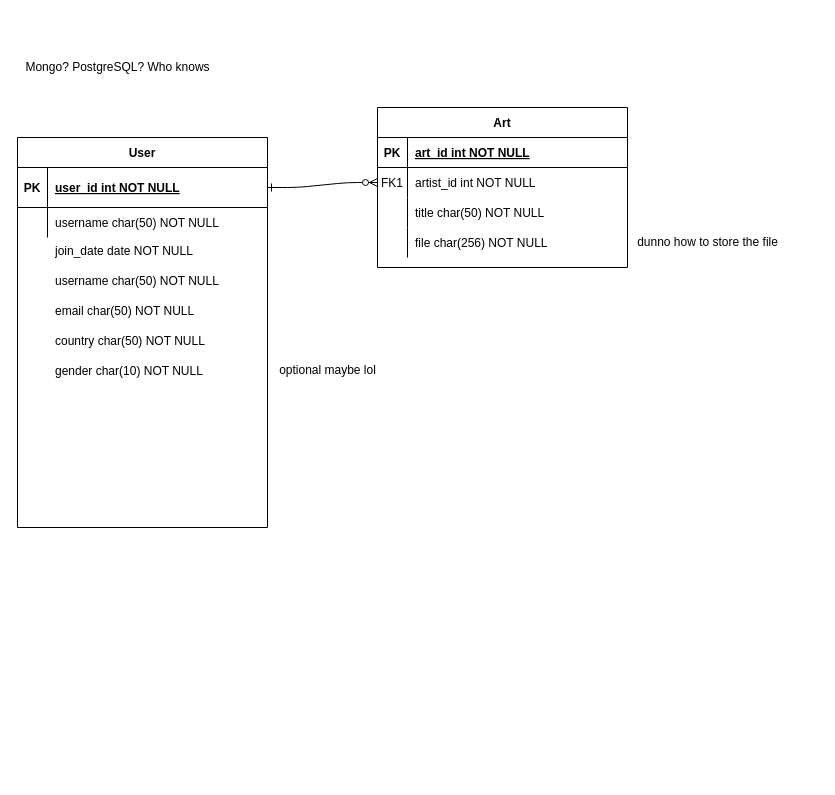
Earlier version of the draw.io diagram Untitled Diagram.drawio (luismzk/commission-website). Source tidied: cells renumbered, new cells numbered last; positions are measured from the earlier drawing's top-left corner, leaving out a move shared by most shapes. Both pictures are drawn from the tidied source at 100%, with x=0, y=0 at pixel (17, 57).
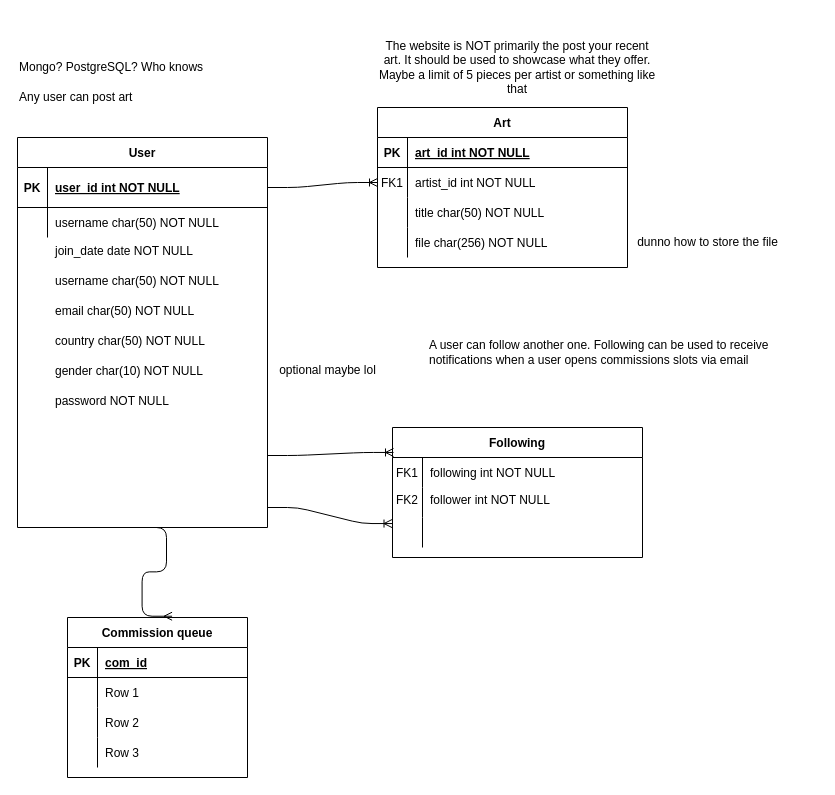
The same page after the edit.

Commit message:
Updating ER model, might be done

Unchanged cells that the change refers to:
```xml
<mxCell id="7" style="shape=partialRectangle;fillColor=none;points=[[0,0.5],[1,0.5]];portConstraint=eastwest;top=0;left=0;right=0;bottom=0;" parent="3" vertex="1">
  <mxGeometry y="60" width="250" height="30" as="geometry" />
</mxCell>
<mxCell id="17" style="shape=partialRectangle;fillColor=none;points=[[0,0.5],[1,0.5]];portConstraint=eastwest;top=0;left=0;right=0;bottom=1;" parent="16" vertex="1">
  <mxGeometry y="30" width="250" height="40" as="geometry" />
</mxCell>
```

Change to the diagram source:
```diff
@@
-    <mxCell id="2" style="edgeStyle=entityRelationEdgeStyle;endArrow=ERzeroToMany;startArrow=ERone;endFill=1;startFill=0;entryX=0;entryY=0.5;entryDx=0;entryDy=0;exitX=1;exitY=0.5;exitDx=0;exitDy=0;" parent="1" edge="1" source="17" target="7">
+    <mxCell id="2" style="edgeStyle=entityRelationEdgeStyle;endArrow=ERoneToMany;startArrow=none;endFill=0;startFill=0;entryX=0;entryY=0.5;entryDx=0;entryDy=0;exitX=1;exitY=0.5;exitDx=0;exitDy=0;" parent="1" edge="1" source="17" target="7">
       <mxGeometry relative="1" as="geometry" />
     </mxCell>
@@
-    <mxCell id="23" value="Mongo? PostgreSQL? Who knows" style="text;html=1;align=center;verticalAlign=middle;" parent="1" vertex="1">
+    <mxCell id="23" value="&lt;div align=&quot;left&quot;&gt;Mongo? PostgreSQL? Who knows&lt;/div&gt;" style="text;html=1;align=left;verticalAlign=middle;" parent="1" vertex="1">
       <mxGeometry width="200" height="20" as="geometry" />
     </mxCell>
@@
+    <mxCell id="33" value="&lt;div align=&quot;left&quot;&gt;Any user can post art&lt;/div&gt;" style="text;html=1;strokeColor=none;fillColor=none;align=left;verticalAlign=middle;whiteSpace=wrap;rounded=0;" parent="1" vertex="1">
+      <mxGeometry y="30" width="250" height="20" as="geometry" />
+    </mxCell>
+    <mxCell id="34" value="A user can follow another one. Following can be used to receive notifications when a user opens commissions slots via email" style="text;html=1;strokeColor=none;fillColor=none;align=left;verticalAlign=middle;whiteSpace=wrap;rounded=0;" parent="1" vertex="1">
+      <mxGeometry x="410" y="280" width="390" height="30" as="geometry" />
+    </mxCell>
+    <mxCell id="35" value="password NOT NULL" style="shape=partialRectangle;overflow=hidden;fillColor=none;top=0;left=0;bottom=0;right=0;align=left;spacingLeft=6;" parent="1" vertex="1">
+      <mxGeometry x="30" y="328" width="220" height="30" as="geometry" />
+    </mxCell>
+    <mxCell id="36" value="The website is NOT primarily the post your recent art. It should be used to showcase what they offer. Maybe a limit of 5 pieces per artist or something like that" style="text;html=1;strokeColor=none;fillColor=none;align=center;verticalAlign=middle;whiteSpace=wrap;rounded=0;" parent="1" vertex="1">
+      <mxGeometry x="360" y="-40" width="280" height="100" as="geometry" />
+    </mxCell>
+    <mxCell id="37" value="Following" style="shape=table;startSize=30;childLayout=tableLayout;rowLines=0;fontStyle=1;align=center;" parent="1" vertex="1">
+      <mxGeometry x="375" y="370" width="250" height="130" as="geometry" />
+    </mxCell>
+    <mxCell id="38" style="shape=partialRectangle;fillColor=none;top=0;left=0;right=0;bottom=0;" parent="37" vertex="1">
+      <mxGeometry y="30" width="250" height="30" as="geometry" />
+    </mxCell>
+    <mxCell id="39" value="FK1" style="shape=partialRectangle;overflow=hidden;fillColor=none;top=0;left=0;bottom=0;right=0;" parent="38" vertex="1">
+      <mxGeometry width="30" height="30" as="geometry" />
+    </mxCell>
+    <mxCell id="40" value="following int NOT NULL" style="shape=partialRectangle;overflow=hidden;fillColor=none;top=0;left=0;bottom=0;right=0;align=left;spacingLeft=6;" parent="38" vertex="1">
+      <mxGeometry x="30" width="220" height="30" as="geometry" />
+    </mxCell>
+    <mxCell id="41" style="shape=partialRectangle;fillColor=none;top=0;left=0;right=0;bottom=0;" parent="37" vertex="1">
+      <mxGeometry y="60" width="250" height="30" as="geometry" />
+    </mxCell>
+    <mxCell id="42" style="shape=partialRectangle;overflow=hidden;fillColor=none;top=0;left=0;bottom=0;right=0;" parent="41" vertex="1">
+      <mxGeometry width="30" height="30" as="geometry" />
+    </mxCell>
+    <mxCell id="43" style="shape=partialRectangle;overflow=hidden;fillColor=none;top=0;left=0;bottom=0;right=0;align=left;spacingLeft=6;" parent="41" vertex="1">
+      <mxGeometry x="30" width="220" height="30" as="geometry" />
+    </mxCell>
+    <mxCell id="44" style="shape=partialRectangle;fillColor=none;points=[[0,0.5],[1,0.5]];portConstraint=eastwest;top=0;left=0;right=0;bottom=0;" parent="37" vertex="1">
+      <mxGeometry y="90" width="250" height="30" as="geometry" />
+    </mxCell>
+    <mxCell id="45" style="shape=partialRectangle;overflow=hidden;fillColor=none;top=0;left=0;bottom=0;right=0;" parent="44" vertex="1">
+      <mxGeometry width="30" height="30" as="geometry" />
+    </mxCell>
+    <mxCell id="46" style="shape=partialRectangle;overflow=hidden;fillColor=none;top=0;left=0;bottom=0;right=0;align=left;spacingLeft=6;" parent="44" vertex="1">
+      <mxGeometry x="30" width="220" height="30" as="geometry" />
+    </mxCell>
+    <mxCell id="47" style="shape=partialRectangle;fillColor=none;top=0;left=0;right=0;bottom=0;" parent="1" vertex="1">
+      <mxGeometry x="375" y="427" width="250" height="30" as="geometry" />
+    </mxCell>
+    <mxCell id="48" value="FK2" style="shape=partialRectangle;overflow=hidden;fillColor=none;top=0;left=0;bottom=0;right=0;" parent="47" vertex="1">
+      <mxGeometry width="30" height="30" as="geometry" />
+    </mxCell>
+    <mxCell id="49" value="follower int NOT NULL" style="shape=partialRectangle;overflow=hidden;fillColor=none;top=0;left=0;bottom=0;right=0;align=left;spacingLeft=6;" parent="47" vertex="1">
+      <mxGeometry x="30" width="220" height="30" as="geometry" />
+    </mxCell>
+    <mxCell id="50" style="edgeStyle=entityRelationEdgeStyle;fontSize=12;html=1;endArrow=ERoneToMany;startArrow=none;entryX=0.004;entryY=0.192;entryDx=0;entryDy=0;entryPerimeter=0;startFill=0;" parent="1" edge="1" target="37">
+      <mxGeometry relative="1" as="geometry">
+        <mxPoint x="250" y="398" as="sourcePoint" />
+      </mxGeometry>
+    </mxCell>
+    <mxCell id="51" style="edgeStyle=entityRelationEdgeStyle;fontSize=12;html=1;endArrow=ERoneToMany;startArrow=none;entryX=-0.002;entryY=0.202;entryDx=0;entryDy=0;entryPerimeter=0;startFill=0;endFill=0;" parent="1" edge="1" target="44">
+      <mxGeometry relative="1" as="geometry">
+        <mxPoint x="250" y="450" as="sourcePoint" />
+      </mxGeometry>
+    </mxCell>
+    <mxCell id="52" value="Commission queue" style="shape=table;startSize=30;childLayout=tableLayout;rowLines=0;fontStyle=1;align=center;" parent="1" vertex="1">
+      <mxGeometry x="50" y="560" width="180" height="160" as="geometry" />
+    </mxCell>
+    <mxCell id="53" style="shape=partialRectangle;fillColor=none;top=0;left=0;bottom=1;right=0;" parent="52" vertex="1">
+      <mxGeometry y="30" width="180" height="30" as="geometry" />
+    </mxCell>
+    <mxCell id="54" value="PK" style="shape=partialRectangle;fillColor=none;top=0;left=0;bottom=0;right=0;fontStyle=1;overflow=hidden;" parent="53" vertex="1">
+      <mxGeometry width="30" height="30" as="geometry" />
+    </mxCell>
+    <mxCell id="55" value="com_id" style="shape=partialRectangle;fillColor=none;top=0;left=0;bottom=0;right=0;align=left;spacingLeft=6;fontStyle=5;overflow=hidden;" parent="53" vertex="1">
+      <mxGeometry x="30" width="150" height="30" as="geometry" />
+    </mxCell>
+    <mxCell id="56" style="shape=partialRectangle;fillColor=none;top=0;left=0;bottom=0;right=0;" parent="52" vertex="1">
+      <mxGeometry y="60" width="180" height="30" as="geometry" />
+    </mxCell>
+    <mxCell id="57" style="shape=partialRectangle;fillColor=none;top=0;left=0;bottom=0;right=0;overflow=hidden;" parent="56" vertex="1">
+      <mxGeometry width="30" height="30" as="geometry" />
+    </mxCell>
+    <mxCell id="58" value="Row 1" style="shape=partialRectangle;fillColor=none;top=0;left=0;bottom=0;right=0;align=left;spacingLeft=6;overflow=hidden;" parent="56" vertex="1">
+      <mxGeometry x="30" width="150" height="30" as="geometry" />
+    </mxCell>
+    <mxCell id="59" style="shape=partialRectangle;fillColor=none;top=0;left=0;bottom=0;right=0;" parent="52" vertex="1">
+      <mxGeometry y="90" width="180" height="30" as="geometry" />
+    </mxCell>
+    <mxCell id="60" style="shape=partialRectangle;fillColor=none;top=0;left=0;bottom=0;right=0;overflow=hidden;" parent="59" vertex="1">
+      <mxGeometry width="30" height="30" as="geometry" />
+    </mxCell>
+    <mxCell id="61" value="Row 2" style="shape=partialRectangle;fillColor=none;top=0;left=0;bottom=0;right=0;align=left;spacingLeft=6;overflow=hidden;" parent="59" vertex="1">
+      <mxGeometry x="30" width="150" height="30" as="geometry" />
+    </mxCell>
+    <mxCell id="62" style="shape=partialRectangle;fillColor=none;top=0;left=0;bottom=0;right=0;" parent="52" vertex="1">
+      <mxGeometry y="120" width="180" height="30" as="geometry" />
+    </mxCell>
+    <mxCell id="63" style="shape=partialRectangle;fillColor=none;top=0;left=0;bottom=0;right=0;overflow=hidden;" parent="62" vertex="1">
+      <mxGeometry width="30" height="30" as="geometry" />
+    </mxCell>
+    <mxCell id="64" value="Row 3" style="shape=partialRectangle;fillColor=none;top=0;left=0;bottom=0;right=0;align=left;spacingLeft=6;overflow=hidden;" parent="62" vertex="1">
+      <mxGeometry x="30" width="150" height="30" as="geometry" />
+    </mxCell>
+    <mxCell id="65" style="edgeStyle=entityRelationEdgeStyle;fontSize=12;html=1;endArrow=ERmany;entryX=0.581;entryY=-0.008;entryDx=0;entryDy=0;entryPerimeter=0;" parent="1" edge="1" target="52">
+      <mxGeometry relative="1" as="geometry">
+        <mxPoint x="119" y="470" as="sourcePoint" />
+      </mxGeometry>
+    </mxCell>
```
